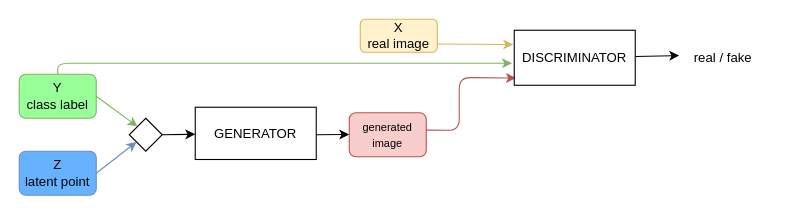
Earlier version of the draw.io diagram plots/cGAN_architecture.drawio (federicoromeo/art-with-GAN). Source tidied: cells renumbered, new cells numbered last; positions are measured from the earlier drawing's top-left corner, leaving out a move shared by most shapes. Both pictures are drawn from the tidied source at 110%, with x=0, y=0 at pixel (19, 19).
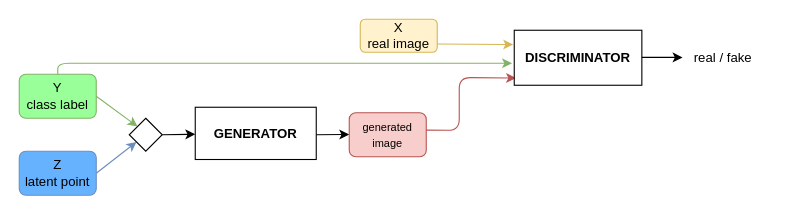
Above is the later version.

Diff of the diagram source:
```diff
@@
-    <mxCell id="8" value="GENERATOR" style="rounded=0;whiteSpace=wrap;html=1;" parent="1" vertex="1">
+    <mxCell id="8" value="&lt;b&gt;GENERATOR&lt;/b&gt;" style="rounded=0;whiteSpace=wrap;html=1;" parent="1" vertex="1">
       <mxGeometry x="160" y="80" width="110" height="47.5" as="geometry" />
     </mxCell>
@@
-    <mxCell id="12" value="DISCRIMINATOR" style="rounded=0;whiteSpace=wrap;html=1;" parent="1" vertex="1">
-      <mxGeometry x="450" y="10" width="110" height="50" as="geometry" />
+    <mxCell id="12" value="&lt;b&gt;DISCRIMINATOR&lt;/b&gt;" style="rounded=0;whiteSpace=wrap;html=1;" parent="1" vertex="1">
+      <mxGeometry x="450" y="10" width="116" height="50" as="geometry" />
     </mxCell>
     <mxCell id="13" style="endArrow=classic;html=1;" parent="1" edge="1">
       <mxGeometry relative="1" as="geometry">
-        <mxPoint x="560" y="33.8" as="sourcePoint" />
-        <mxPoint x="600" y="33" as="targetPoint" />
+        <mxPoint x="566" y="34.7" as="sourcePoint" />
+        <mxPoint x="603" y="34.7" as="targetPoint" />
       </mxGeometry>
     </mxCell>
```
